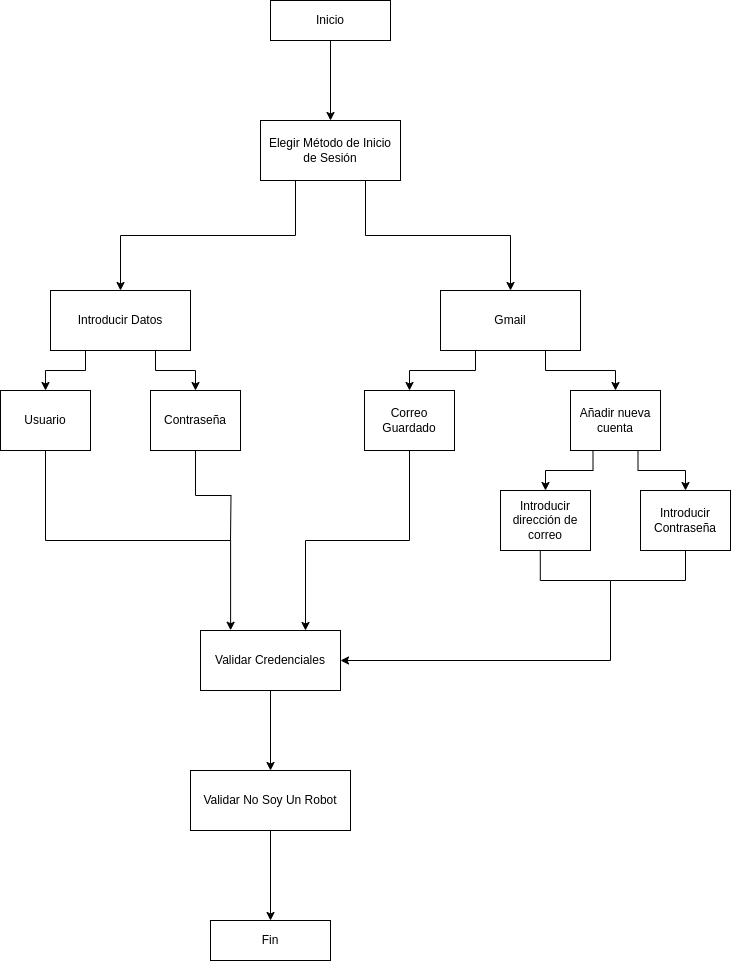
Above: ExamenDiagramaActividades.png in PeterMartEsc/ETS (draw.io), before the change. Source tidied: cells renumbered, new cells last; positions are measured from the earlier drawing's top-left corner, leaving out a move shared by most shapes.
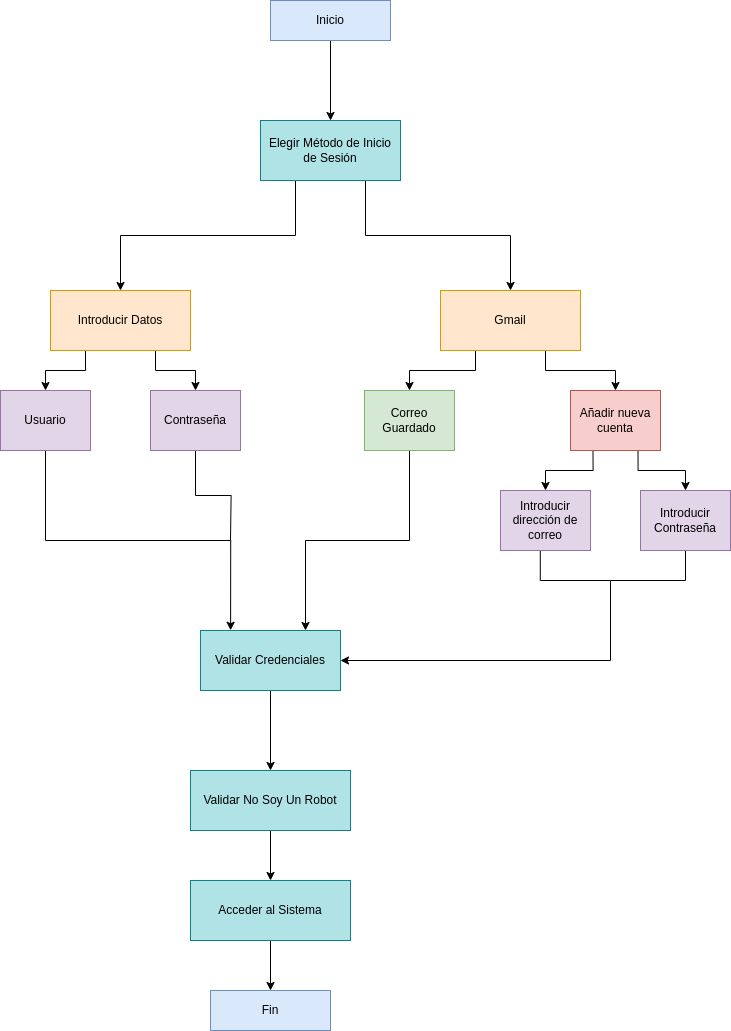
After the change.

The edit, as a diff of the source:
```diff
@@ -5,11 +5,11 @@
     <mxCell id="2" style="edgeStyle=orthogonalEdgeStyle;rounded=0;jettySize=auto;html=1;exitX=0.5;exitY=1;exitDx=0;exitDy=0;entryX=0.5;entryY=0;entryDx=0;entryDy=0;" parent="1" edge="1" source="3" target="18">
       <mxGeometry relative="1" as="geometry" />
     </mxCell>
-    <mxCell id="3" value="Inicio" style="rounded=0;whiteSpace=wrap;html=1;" parent="1" vertex="1">
+    <mxCell id="3" value="Inicio" style="rounded=0;whiteSpace=wrap;html=1;fillColor=#dae8fc;strokeColor=#6c8ebf;" parent="1" vertex="1">
       <mxGeometry x="270" width="120" height="40" as="geometry" />
     </mxCell>
-    <mxCell id="4" value="Fin" style="rounded=0;whiteSpace=wrap;html=1;" parent="1" vertex="1">
-      <mxGeometry x="210" y="920" width="120" height="40" as="geometry" />
+    <mxCell id="4" value="Fin" style="rounded=0;whiteSpace=wrap;html=1;fillColor=#dae8fc;strokeColor=#6c8ebf;" parent="1" vertex="1">
+      <mxGeometry x="210" y="990" width="120" height="40" as="geometry" />
     </mxCell>
     <mxCell id="5" style="edgeStyle=orthogonalEdgeStyle;rounded=0;jettySize=auto;html=1;exitX=0.25;exitY=1;exitDx=0;exitDy=0;entryX=0.5;entryY=0;entryDx=0;entryDy=0;" parent="1" edge="1" source="7" target="9">
       <mxGeometry relative="1" as="geometry" />
@@ -17,13 +17,13 @@
     <mxCell id="6" style="edgeStyle=orthogonalEdgeStyle;rounded=0;jettySize=auto;html=1;exitX=0.75;exitY=1;exitDx=0;exitDy=0;entryX=0.5;entryY=0;entryDx=0;entryDy=0;" parent="1" edge="1" source="7" target="11">
       <mxGeometry relative="1" as="geometry" />
     </mxCell>
-    <mxCell id="7" value="Introducir Datos" style="rounded=0;whiteSpace=wrap;html=1;" parent="1" vertex="1">
+    <mxCell id="7" value="Introducir Datos" style="rounded=0;whiteSpace=wrap;html=1;fillColor=#ffe6cc;strokeColor=#d79b00;" parent="1" vertex="1">
       <mxGeometry x="50" y="290" width="140" height="60" as="geometry" />
     </mxCell>
     <mxCell id="8" style="edgeStyle=orthogonalEdgeStyle;rounded=0;jettySize=auto;html=1;exitX=0.5;exitY=1;exitDx=0;exitDy=0;entryX=0.215;entryY=-0.004;entryDx=0;entryDy=0;entryPerimeter=0;" parent="1" edge="1" source="9" target="13">
       <mxGeometry relative="1" as="geometry" />
     </mxCell>
-    <mxCell id="9" value="Usuario" style="rounded=0;whiteSpace=wrap;html=1;" parent="1" vertex="1">
+    <mxCell id="9" value="Usuario" style="rounded=0;whiteSpace=wrap;html=1;fillColor=#e1d5e7;strokeColor=#9673a6;" parent="1" vertex="1">
       <mxGeometry y="390" width="90" height="60" as="geometry" />
     </mxCell>
     <mxCell id="10" style="edgeStyle=orthogonalEdgeStyle;rounded=0;jettySize=auto;html=1;exitX=0.5;exitY=1;exitDx=0;exitDy=0;endArrow=none;endFill=0;" parent="1" edge="1" source="11">
@@ -31,19 +31,19 @@
         <mxPoint x="230" y="540" as="targetPoint" />
       </mxGeometry>
     </mxCell>
-    <mxCell id="11" value="Contraseña" style="rounded=0;whiteSpace=wrap;html=1;" parent="1" vertex="1">
+    <mxCell id="11" value="Contraseña" style="rounded=0;whiteSpace=wrap;html=1;fillColor=#e1d5e7;strokeColor=#9673a6;" parent="1" vertex="1">
       <mxGeometry x="150" y="390" width="90" height="60" as="geometry" />
     </mxCell>
     <mxCell id="12" style="edgeStyle=orthogonalEdgeStyle;rounded=0;jettySize=auto;html=1;exitX=0.5;exitY=1;exitDx=0;exitDy=0;entryX=0.5;entryY=0;entryDx=0;entryDy=0;" parent="1" edge="1" source="13" target="15">
       <mxGeometry relative="1" as="geometry" />
     </mxCell>
-    <mxCell id="13" value="Validar Credenciales" style="rounded=0;whiteSpace=wrap;html=1;" parent="1" vertex="1">
+    <mxCell id="13" value="Validar Credenciales" style="rounded=0;whiteSpace=wrap;html=1;fillColor=#b0e3e6;strokeColor=#0e8088;" parent="1" vertex="1">
       <mxGeometry x="200" y="630" width="140" height="60" as="geometry" />
     </mxCell>
-    <mxCell id="14" style="edgeStyle=orthogonalEdgeStyle;rounded=0;jettySize=auto;html=1;exitX=0.5;exitY=1;exitDx=0;exitDy=0;entryX=0.5;entryY=0;entryDx=0;entryDy=0;" parent="1" edge="1" source="15" target="4">
-      <mxGeometry relative="1" as="geometry" />
-    </mxCell>
+    <mxCell id="31" style="edgeStyle=orthogonalEdgeStyle;rounded=0;jettySize=auto;html=1;exitX=0.5;exitY=1;exitDx=0;exitDy=0;entryX=0.5;entryY=0;entryDx=0;entryDy=0;" parent="1" edge="1" source="15" target="33">
+      <mxGeometry relative="1" as="geometry" />
+    </mxCell>
-    <mxCell id="15" value="Validar No Soy Un Robot" style="rounded=0;whiteSpace=wrap;html=1;" parent="1" vertex="1">
+    <mxCell id="15" value="Validar No Soy Un Robot" style="rounded=0;whiteSpace=wrap;html=1;fillColor=#b0e3e6;strokeColor=#0e8088;" parent="1" vertex="1">
       <mxGeometry x="190" y="770" width="160" height="60" as="geometry" />
     </mxCell>
     <mxCell id="16" style="edgeStyle=orthogonalEdgeStyle;rounded=0;jettySize=auto;html=1;exitX=0.25;exitY=1;exitDx=0;exitDy=0;entryX=0.5;entryY=0;entryDx=0;entryDy=0;" parent="1" edge="1" source="18" target="7">
@@ -52,7 +52,7 @@
     <mxCell id="17" style="edgeStyle=orthogonalEdgeStyle;rounded=0;jettySize=auto;html=1;exitX=0.75;exitY=1;exitDx=0;exitDy=0;entryX=0.5;entryY=0;entryDx=0;entryDy=0;" parent="1" edge="1" source="18" target="21">
       <mxGeometry relative="1" as="geometry" />
     </mxCell>
-    <mxCell id="18" value="Elegir Método de Inicio de Sesión" style="rounded=0;whiteSpace=wrap;html=1;" parent="1" vertex="1">
+    <mxCell id="18" value="Elegir Método de Inicio de Sesión" style="rounded=0;whiteSpace=wrap;html=1;fillColor=#b0e3e6;strokeColor=#0e8088;" parent="1" vertex="1">
       <mxGeometry x="260" y="120" width="140" height="60" as="geometry" />
     </mxCell>
     <mxCell id="19" style="edgeStyle=orthogonalEdgeStyle;rounded=0;jettySize=auto;html=1;exitX=0.25;exitY=1;exitDx=0;exitDy=0;entryX=0.5;entryY=0;entryDx=0;entryDy=0;" parent="1" edge="1" source="21" target="27">
@@ -61,7 +61,7 @@
     <mxCell id="20" style="edgeStyle=orthogonalEdgeStyle;rounded=0;jettySize=auto;html=1;exitX=0.75;exitY=1;exitDx=0;exitDy=0;entryX=0.5;entryY=0;entryDx=0;entryDy=0;" parent="1" edge="1" source="21" target="30">
       <mxGeometry relative="1" as="geometry" />
     </mxCell>
-    <mxCell id="21" value="Gmail" style="rounded=0;whiteSpace=wrap;html=1;" parent="1" vertex="1">
+    <mxCell id="21" value="Gmail" style="rounded=0;whiteSpace=wrap;html=1;fillColor=#ffe6cc;strokeColor=#d79b00;" parent="1" vertex="1">
       <mxGeometry x="440" y="290" width="140" height="60" as="geometry" />
     </mxCell>
     <mxCell id="22" style="edgeStyle=orthogonalEdgeStyle;rounded=0;jettySize=auto;html=1;exitX=0.442;exitY=0.999;exitDx=0;exitDy=0;entryX=1;entryY=0.5;entryDx=0;entryDy=0;exitPerimeter=0;" parent="1" edge="1" source="23" target="13">
@@ -73,7 +73,7 @@
         </Array>
       </mxGeometry>
     </mxCell>
-    <mxCell id="23" value="Introducir dirección de correo" style="rounded=0;whiteSpace=wrap;html=1;" parent="1" vertex="1">
+    <mxCell id="23" value="Introducir dirección de correo" style="rounded=0;whiteSpace=wrap;html=1;fillColor=#e1d5e7;strokeColor=#9673a6;" parent="1" vertex="1">
       <mxGeometry x="500" y="490" width="90" height="60" as="geometry" />
     </mxCell>
     <mxCell id="24" style="edgeStyle=orthogonalEdgeStyle;rounded=0;jettySize=auto;html=1;exitX=0.5;exitY=1;exitDx=0;exitDy=0;endArrow=none;endFill=0;" parent="1" edge="1" source="25">
@@ -84,13 +84,13 @@
         </Array>
       </mxGeometry>
     </mxCell>
-    <mxCell id="25" value="Introducir&lt;br&gt;Contraseña" style="rounded=0;whiteSpace=wrap;html=1;" parent="1" vertex="1">
+    <mxCell id="25" value="Introducir&lt;br&gt;Contraseña" style="rounded=0;whiteSpace=wrap;html=1;fillColor=#e1d5e7;strokeColor=#9673a6;" parent="1" vertex="1">
       <mxGeometry x="640" y="490" width="90" height="60" as="geometry" />
     </mxCell>
     <mxCell id="26" style="edgeStyle=orthogonalEdgeStyle;rounded=0;jettySize=auto;html=1;exitX=0.5;exitY=1;exitDx=0;exitDy=0;entryX=0.75;entryY=0;entryDx=0;entryDy=0;" parent="1" edge="1" source="27" target="13">
       <mxGeometry relative="1" as="geometry" />
     </mxCell>
-    <mxCell id="27" value="Correo Guardado" style="rounded=0;whiteSpace=wrap;html=1;" parent="1" vertex="1">
+    <mxCell id="27" value="Correo Guardado" style="rounded=0;whiteSpace=wrap;html=1;fillColor=#d5e8d4;strokeColor=#82b366;" parent="1" vertex="1">
       <mxGeometry x="364" y="390" width="90" height="60" as="geometry" />
     </mxCell>
     <mxCell id="28" style="edgeStyle=orthogonalEdgeStyle;rounded=0;jettySize=auto;html=1;exitX=0.25;exitY=1;exitDx=0;exitDy=0;entryX=0.5;entryY=0;entryDx=0;entryDy=0;" parent="1" edge="1" source="30" target="23">
@@ -99,8 +99,14 @@
     <mxCell id="29" style="edgeStyle=orthogonalEdgeStyle;rounded=0;jettySize=auto;html=1;exitX=0.75;exitY=1;exitDx=0;exitDy=0;entryX=0.5;entryY=0;entryDx=0;entryDy=0;" parent="1" edge="1" source="30" target="25">
       <mxGeometry relative="1" as="geometry" />
     </mxCell>
-    <mxCell id="30" value="Añadir nueva cuenta" style="rounded=0;whiteSpace=wrap;html=1;" parent="1" vertex="1">
+    <mxCell id="30" value="Añadir nueva cuenta" style="rounded=0;whiteSpace=wrap;html=1;fillColor=#f8cecc;strokeColor=#b85450;" parent="1" vertex="1">
       <mxGeometry x="570" y="390" width="90" height="60" as="geometry" />
     </mxCell>
+    <mxCell id="32" style="edgeStyle=orthogonalEdgeStyle;rounded=0;jettySize=auto;html=1;exitX=0.5;exitY=1;exitDx=0;exitDy=0;entryX=0.5;entryY=0;entryDx=0;entryDy=0;" parent="1" edge="1" source="33" target="4">
+      <mxGeometry relative="1" as="geometry" />
+    </mxCell>
+    <mxCell id="33" value="Acceder al Sistema" style="rounded=0;whiteSpace=wrap;html=1;fillColor=#b0e3e6;strokeColor=#0e8088;" parent="1" vertex="1">
+      <mxGeometry x="190" y="880" width="160" height="60" as="geometry" />
+    </mxCell>
   </root>
 </mxGraphModel>
```
